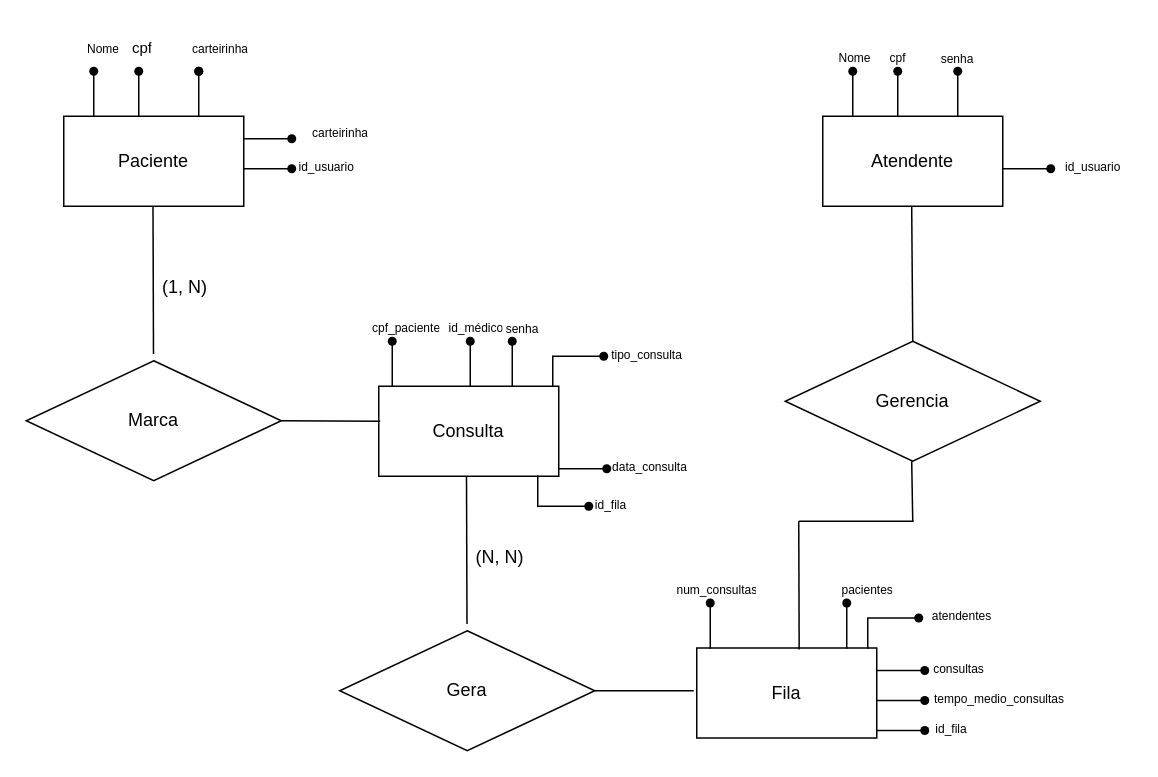
This is DER.drawio from Scoorpioon/FastHealth, a draw.io file, before an edit. Source tidied: cells renumbered, new cells numbered last; positions are measured from the earlier drawing's top-left corner, leaving out a move shared by most shapes. Both pictures are drawn from the tidied source at 150%, with x=0, y=0 at pixel (26, 26).
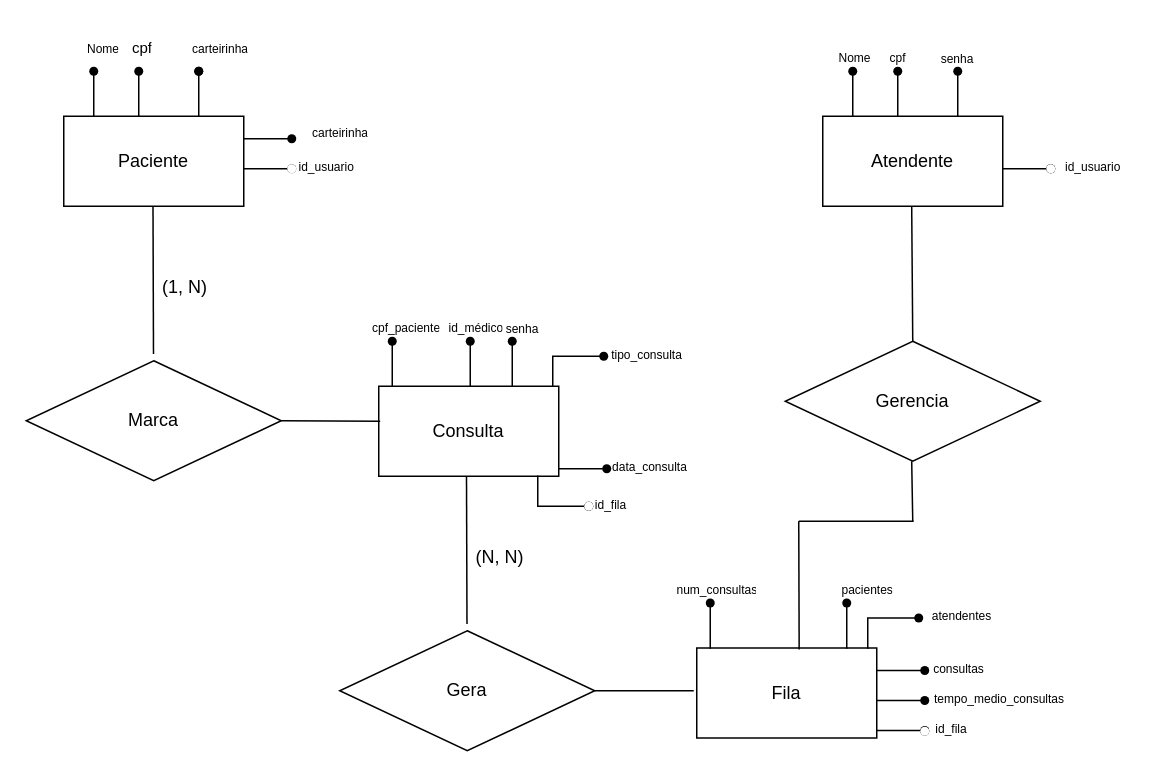
The same diagram, later.

Commit message:
Correção FKs e PKs

The change refers to these unchanged cells:
```xml
<mxCell id="122" style="group;fillColor=none;flipH=0;flipV=1;" parent="1" vertex="1">
  <mxGeometry x="365" y="310" width="20" height="20" as="geometry" />
</mxCell>
```

The edit, as a diff of the source:
```diff
@@
-    <mxCell id="33" style="group;fillColor=none;" parent="1" vertex="1">
+    <mxCell id="33" style="group;fillColor=none;fontColor=#FFFFFF;" parent="1" vertex="1">
       <mxGeometry x="167" y="85" width="20" height="20" as="geometry" />
     </mxCell>
@@
+    <mxCell id="135" style="shape=waypoint;sketch=0;fillStyle=solid;size=6;fillColor=none;perimeter=centerPerimeter;shadow=0;strokeColor=#FFFFFF;align=center;verticalAlign=middle;fontFamily=Helvetica;fontSize=12;fontColor=default;" parent="33" vertex="1">
+      <mxGeometry width="20" height="20" as="geometry" />
+    </mxCell>
@@
+    <mxCell id="136" style="group;fillColor=none;fontColor=#FFFFFF;" parent="122" vertex="1">
+      <mxGeometry width="20" height="20" as="geometry" />
+    </mxCell>
+    <mxCell id="137" style="edgeStyle=orthogonalEdgeStyle;rounded=0;jettySize=auto;html=1;exitX=0;exitY=0;exitDx=0;exitDy=0;" parent="136" edge="1" target="138">
+      <mxGeometry relative="1" as="geometry" />
+    </mxCell>
+    <mxCell id="138" style="shape=waypoint;sketch=0;fillStyle=solid;size=6;points=[];fillColor=none;perimeter=centerPerimeter;snapToPoint=1;" parent="136" vertex="1">
+      <mxGeometry width="20" height="20" as="geometry" />
+    </mxCell>
+    <mxCell id="139" style="shape=waypoint;sketch=0;fillStyle=solid;size=6;fillColor=none;perimeter=centerPerimeter;shadow=0;strokeColor=#FFFFFF;align=center;verticalAlign=middle;fontFamily=Helvetica;fontSize=12;fontColor=default;" parent="136" vertex="1">
+      <mxGeometry width="20" height="20" as="geometry" />
+    </mxCell>
@@
+    <mxCell id="140" style="group;fillColor=none;fontColor=#FFFFFF;" parent="1" vertex="1">
+      <mxGeometry x="673" y="85" width="20" height="20" as="geometry" />
+    </mxCell>
+    <mxCell id="141" style="edgeStyle=orthogonalEdgeStyle;rounded=0;jettySize=auto;html=1;exitX=0;exitY=0;exitDx=0;exitDy=0;" parent="140" edge="1" target="142">
+      <mxGeometry relative="1" as="geometry" />
+    </mxCell>
+    <mxCell id="142" style="shape=waypoint;sketch=0;fillStyle=solid;size=6;points=[];fillColor=none;perimeter=centerPerimeter;snapToPoint=1;" parent="140" vertex="1">
+      <mxGeometry width="20" height="20" as="geometry" />
+    </mxCell>
+    <mxCell id="143" style="shape=waypoint;sketch=0;fillStyle=solid;size=6;fillColor=none;perimeter=centerPerimeter;shadow=0;strokeColor=#FFFFFF;align=center;verticalAlign=middle;fontFamily=Helvetica;fontSize=12;fontColor=default;" parent="140" vertex="1">
+      <mxGeometry width="20" height="20" as="geometry" />
+    </mxCell>
+    <mxCell id="144" style="group;fillColor=none;fontColor=#FFFFFF;" parent="1" vertex="1">
+      <mxGeometry x="589" y="460" width="20" height="20" as="geometry" />
+    </mxCell>
+    <mxCell id="145" style="edgeStyle=orthogonalEdgeStyle;rounded=0;jettySize=auto;html=1;exitX=0;exitY=0;exitDx=0;exitDy=0;" parent="144" edge="1" target="146">
+      <mxGeometry relative="1" as="geometry" />
+    </mxCell>
+    <mxCell id="146" style="shape=waypoint;sketch=0;fillStyle=solid;size=6;points=[];fillColor=none;perimeter=centerPerimeter;snapToPoint=1;" parent="144" vertex="1">
+      <mxGeometry width="20" height="20" as="geometry" />
+    </mxCell>
+    <mxCell id="147" style="shape=waypoint;sketch=0;fillStyle=solid;size=6;fillColor=none;perimeter=centerPerimeter;shadow=0;strokeColor=#FFFFFF;align=center;verticalAlign=middle;fontFamily=Helvetica;fontSize=12;fontColor=default;" parent="144" vertex="1">
+      <mxGeometry width="20" height="20" as="geometry" />
+    </mxCell>
```
